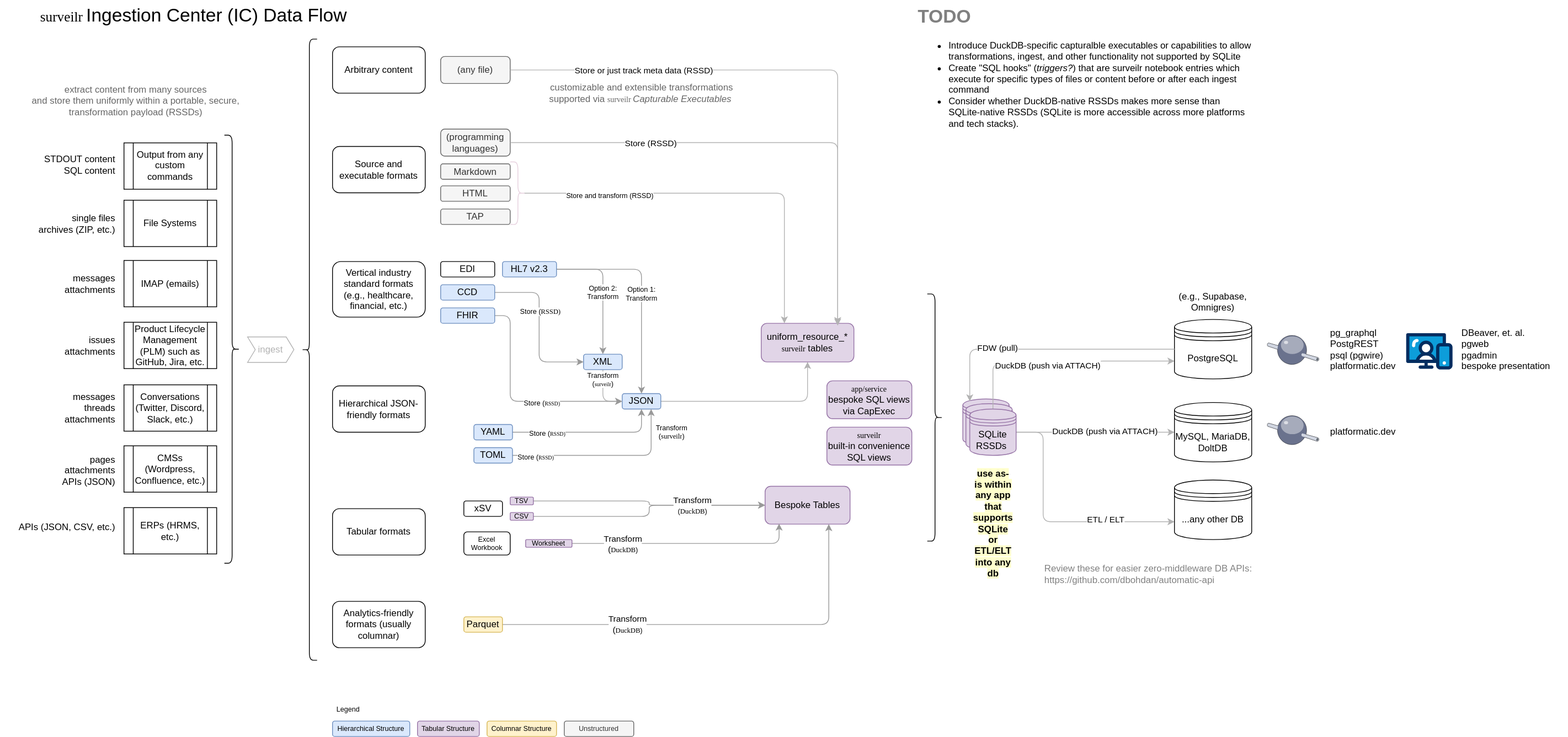
Before: public/surveilr-ingestion-data-flow.drawio.svg, a diagram exported from draw.io (opsfolio/docs.opsfolio.com). Source tidied: cells renumbered, new cells last; positions are measured from the earlier drawing's top-left corner, leaving out a move shared by most shapes.
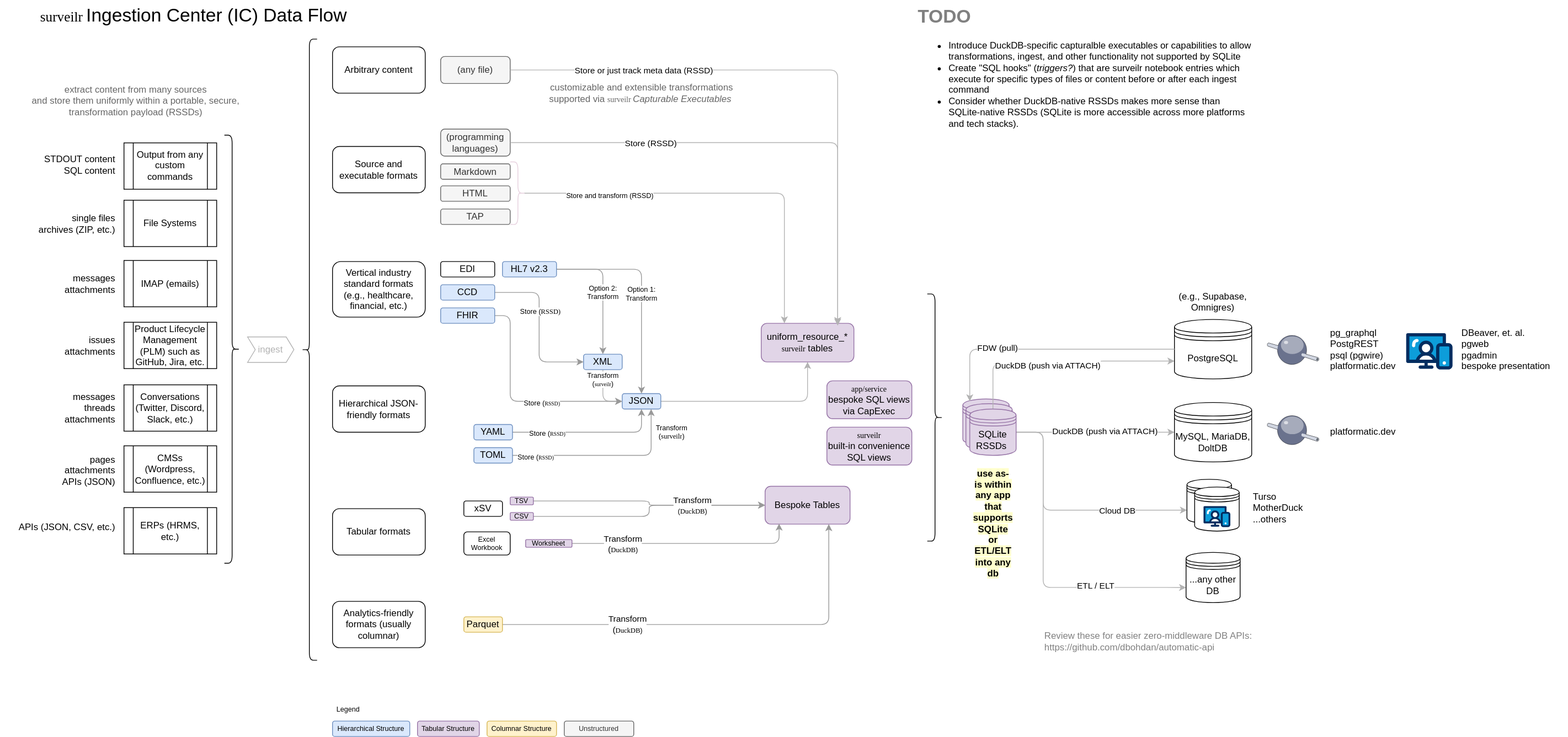
The same diagram one commit later.

Commit message:
introduce Turso and MotherDuck

What changed in the source:
```diff
@@ -223,13 +223,25 @@
       <mxGeometry relative="1" as="geometry">
         <Array as="points">
           <mxPoint x="1350" y="559" />
-          <mxPoint x="1350" y="675" />
+          <mxPoint x="1350" y="760" />
+          <mxPoint x="1520" y="760" />
         </Array>
       </mxGeometry>
     </mxCell>
     <mxCell id="71" value="ETL / ELT" style="edgeLabel;html=1;align=center;verticalAlign=middle;" parent="70" vertex="1">
       <mxGeometry x="0.44" y="3" relative="1" as="geometry" />
     </mxCell>
+    <mxCell id="111" style="edgeStyle=orthogonalEdgeStyle;rounded=1;jettySize=auto;html=1;entryX=0;entryY=0.7;entryDx=0;entryDy=0;curved=0;strokeColor=#B3B3B3;" parent="1" edge="1" source="72" target="113">
+      <mxGeometry relative="1" as="geometry">
+        <Array as="points">
+          <mxPoint x="1350" y="559" />
+          <mxPoint x="1350" y="660" />
+        </Array>
+      </mxGeometry>
+    </mxCell>
+    <mxCell id="112" value="Cloud DB" style="edgeLabel;html=1;align=center;verticalAlign=middle;" parent="111" vertex="1">
+      <mxGeometry x="0.43" y="-1" relative="1" as="geometry" />
+    </mxCell>
     <mxCell id="72" value="SQLite RSSDs&amp;nbsp;" style="shape=datastore;whiteSpace=wrap;html=1;fillColor=#e1d5e7;strokeColor=#9673a6;" parent="1" vertex="1">
       <mxGeometry x="1255" y="529" width="60" height="60" as="geometry" />
     </mxCell>
@@ -246,7 +258,7 @@
       <mxGeometry x="1520" y="520.5" width="100" height="77" as="geometry" />
     </mxCell>
     <mxCell id="77" value="...any other DB" style="shape=datastore;whiteSpace=wrap;html=1;" parent="1" vertex="1">
-      <mxGeometry x="1520" y="621" width="100" height="77" as="geometry" />
+      <mxGeometry x="1535" y="714.6" width="70" height="65" as="geometry" />
     </mxCell>
     <mxCell id="78" style="edgeStyle=orthogonalEdgeStyle;rounded=1;jettySize=auto;html=1;entryX=0.15;entryY=0.05;entryDx=0;entryDy=0;entryPerimeter=0;curved=0;strokeColor=#B3B3B3;" parent="1" edge="1" source="75" target="63">
       <mxGeometry relative="1" as="geometry" />
@@ -279,7 +291,7 @@
       <mxGeometry x="1520" y="370" width="100" height="40" as="geometry" />
     </mxCell>
     <mxCell id="88" value="Review these for easier zero-middleware DB APIs:&lt;div&gt;https://github.com/dbohdan/automatic-api&lt;/div&gt;" style="text;html=1;align=left;verticalAlign=middle;strokeColor=none;fillColor=none;fontColor=#808080;" parent="1" vertex="1">
-      <mxGeometry x="1350" y="723" width="290" height="40" as="geometry" />
+      <mxGeometry x="1350" y="810" width="290" height="40" as="geometry" />
     </mxCell>
     <mxCell id="89" value="File Systems" style="shape=process;whiteSpace=wrap;html=1;backgroundOutline=1;" parent="1" vertex="1">
       <mxGeometry x="160" y="258.6" width="120" height="60" as="geometry" />
@@ -347,5 +359,20 @@
     <mxCell id="110" style="verticalLabelPosition=bottom;sketch=0;html=1;verticalAlign=top;strokeColor=none;align=center;shape=mxgraph.citrix.middleware;" parent="1" vertex="1">
       <mxGeometry x="1640" y="536" width="67.1" height="40" as="geometry" />
     </mxCell>
+    <mxCell id="113" style="shape=datastore;whiteSpace=wrap;html=1;" parent="1" vertex="1">
+      <mxGeometry x="1536.2" y="620" width="57.7" height="57" as="geometry" />
+    </mxCell>
+    <mxCell id="114" style="verticalLabelPosition=bottom;html=1;shape=mxgraph.salesforce.web;" parent="1" vertex="1">
+      <mxGeometry x="1547.7" y="644.6" width="34.7" height="27.4" as="geometry" />
+    </mxCell>
+    <mxCell id="115" style="shape=datastore;whiteSpace=wrap;html=1;" parent="1" vertex="1">
+      <mxGeometry x="1546.2" y="630" width="57.7" height="57" as="geometry" />
+    </mxCell>
+    <mxCell id="116" style="verticalLabelPosition=bottom;html=1;shape=mxgraph.salesforce.web;" parent="1" vertex="1">
+      <mxGeometry x="1557.7" y="654.6" width="34.7" height="27.4" as="geometry" />
+    </mxCell>
+    <mxCell id="117" value="Turso&lt;div&gt;MotherDuck&lt;/div&gt;&lt;div&gt;...others&lt;/div&gt;" style="text;html=1;align=left;verticalAlign=middle;strokeColor=none;fillColor=none;" parent="1" vertex="1">
+      <mxGeometry x="1620" y="627" width="90" height="60" as="geometry" />
+    </mxCell>
   </root>
 </mxGraphModel>
```
